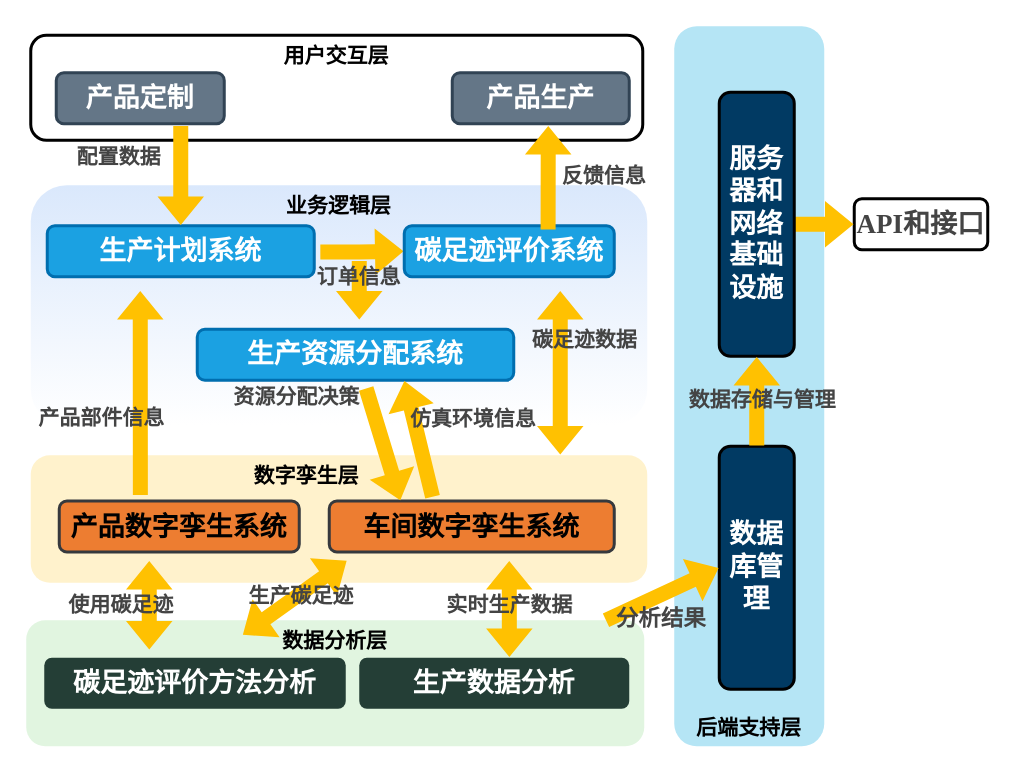
Above: 毕设架构图.drawio in SSSSiren/Photos (draw.io), before the change. Source tidied: cells renumbered, new cells numbered last; positions are measured from the earlier drawing's top-left corner, leaving out a move shared by most shapes. Both pictures are drawn from the tidied source at 150%, with x=0, y=0 at pixel (26, 26).
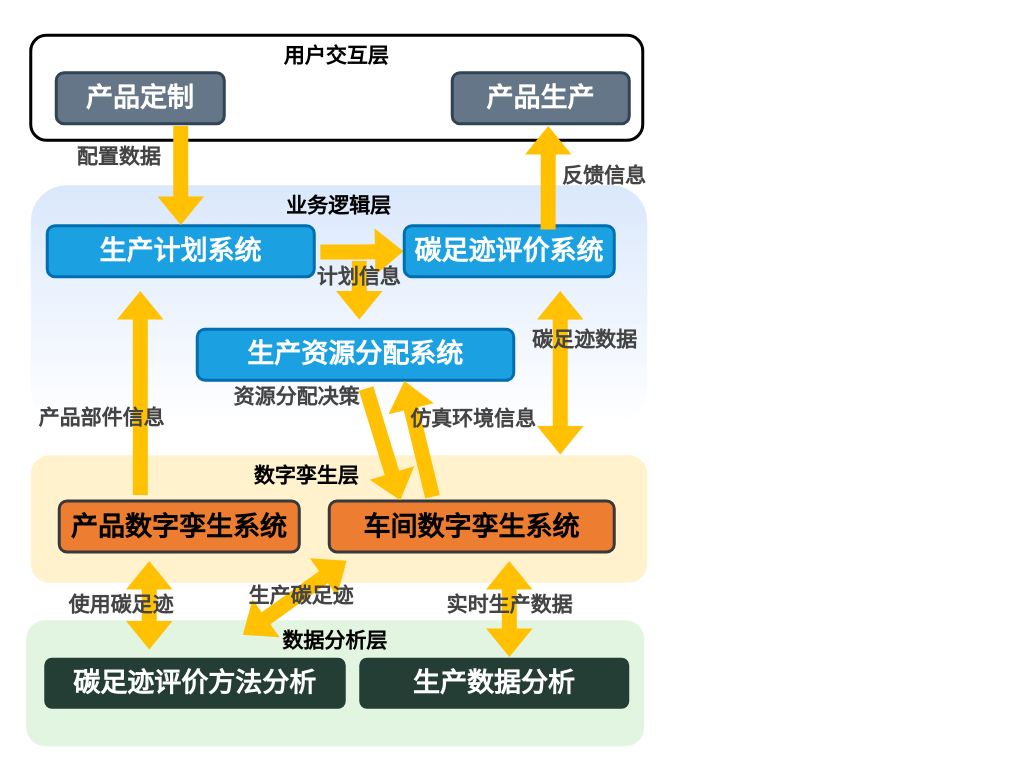
The same diagram, later.

Commit message:
更新毕设架构图.drawio

Unchanged cells that the change refers to:
```xml
<mxCell id="7" value="数据分析层" style="whiteSpace=wrap;strokeWidth=2;verticalAlign=top;fontFamily=Times New Roman;fontSize=14;rounded=1;shadow=0;glass=0;fillColor=#E1F5E0;strokeColor=none;fontStyle=1;" parent="1" vertex="1">
  <mxGeometry y="396" width="412" height="84" as="geometry" />
</mxCell>
```

Diff of the diagram source:
```diff
@@
-    <mxCell id="2" value="API和接口" style="whiteSpace=wrap;strokeWidth=2;fontSize=18;fontFamily=Times New Roman;fontColor=#444444;rounded=1;fontStyle=1;" parent="1" vertex="1">
-      <mxGeometry x="552" y="115" width="89" height="34" as="geometry" />
-    </mxCell>
-    <mxCell id="3" value="后端支持层" style="whiteSpace=wrap;strokeWidth=2;verticalAlign=bottom;fontFamily=Times New Roman;fontSize=14;rounded=1;fontStyle=1;fillColor=#B5E5F5;strokeColor=none;" parent="1" vertex="1">
-      <mxGeometry x="432" width="100" height="480" as="geometry" />
-    </mxCell>
-    <mxCell id="4" value="数据库管理" style="whiteSpace=wrap;strokeWidth=2;fontSize=18;fontFamily=Times New Roman;fontColor=#FFFFFF;rounded=1;fontStyle=1;fillColor=#013a63;" parent="1" vertex="1">
-      <mxGeometry x="462" y="280" width="50" height="162" as="geometry" />
-    </mxCell>
-    <mxCell id="5" style="rounded=0;jettySize=auto;html=1;fontFamily=Times New Roman;fontColor=#444444;fontStyle=1;shape=flexArrow;endArrow=block;fontSize=14;strokeColor=none;startArrow=none;fillColor=#ffc101;exitX=1;exitY=0.5;exitDx=0;exitDy=0;entryX=0;entryY=0.5;entryDx=0;entryDy=0;" parent="1" edge="1" source="6" target="2">
-      <mxGeometry relative="1" as="geometry" />
-    </mxCell>
-    <mxCell id="6" value="服务器和网络基础设施" style="whiteSpace=wrap;strokeWidth=2;fontSize=18;fontFamily=Times New Roman;fontColor=#FFFFFF;rounded=1;fontStyle=1;fillColor=#013a63;" parent="1" vertex="1">
-      <mxGeometry x="462" y="44" width="50" height="176" as="geometry" />
-    </mxCell>
@@
-    <mxCell id="20" value="订单信息" style="curved=1;startArrow=none;endArrow=block;rounded=0;fontSize=14;fontFamily=Times New Roman;fontColor=#444444;labelBackgroundColor=none;fontStyle=1;shape=flexArrow;strokeColor=none;fillColor=#ffc101;" parent="1" edge="1">
+    <mxCell id="20" value="计划信息" style="curved=1;startArrow=none;endArrow=block;rounded=0;fontSize=14;fontFamily=Times New Roman;fontColor=#444444;labelBackgroundColor=none;fontStyle=1;shape=flexArrow;strokeColor=none;fillColor=#ffc101;" parent="1" edge="1">
       <mxGeometry x="-0.5" relative="1" as="geometry">
         <mxPoint x="222" y="156" as="sourcePoint" />
         <mxPoint x="222" y="196" as="targetPoint" />
       </mxGeometry>
     </mxCell>
@@
-    <mxCell id="22" value="数据存储与管理" style="curved=1;startArrow=none;endArrow=block;rounded=0;fontSize=14;fontFamily=Times New Roman;fontColor=#444444;fontStyle=1;shape=flexArrow;labelBackgroundColor=none;strokeColor=none;fillColor=#ffc101;exitX=0.5;exitY=0;exitDx=0;exitDy=0;" parent="1" edge="1" source="4" target="6">
-      <mxGeometry x="0.08" y="-4" relative="1" as="geometry" />
-    </mxCell>
@@
-    <mxCell id="31" style="endArrow=block;html=1;entryX=0;entryY=0.5;entryDx=0;entryDy=0;fontColor=#444444;rounded=0;fontStyle=1;shape=flexArrow;fontSize=14;fontFamily=Times New Roman;strokeColor=none;startArrow=none;fillColor=#ffc101;exitX=0.937;exitY=0.003;exitDx=0;exitDy=0;exitPerimeter=0;" parent="1" edge="1" source="7" target="4">
-      <mxGeometry relative="1" as="geometry" />
-    </mxCell>
-    <mxCell id="32" value="分析结果" style="edgeLabel;html=1;align=center;verticalAlign=middle;fontFamily=Times New Roman;fontStyle=1;fontSize=15;labelBackgroundColor=none;fontColor=#444444;" parent="31" vertex="1">
-      <mxGeometry x="-0.03" relative="1" as="geometry">
-        <mxPoint x="-1" y="15" as="offset" />
-      </mxGeometry>
-    </mxCell>
```
